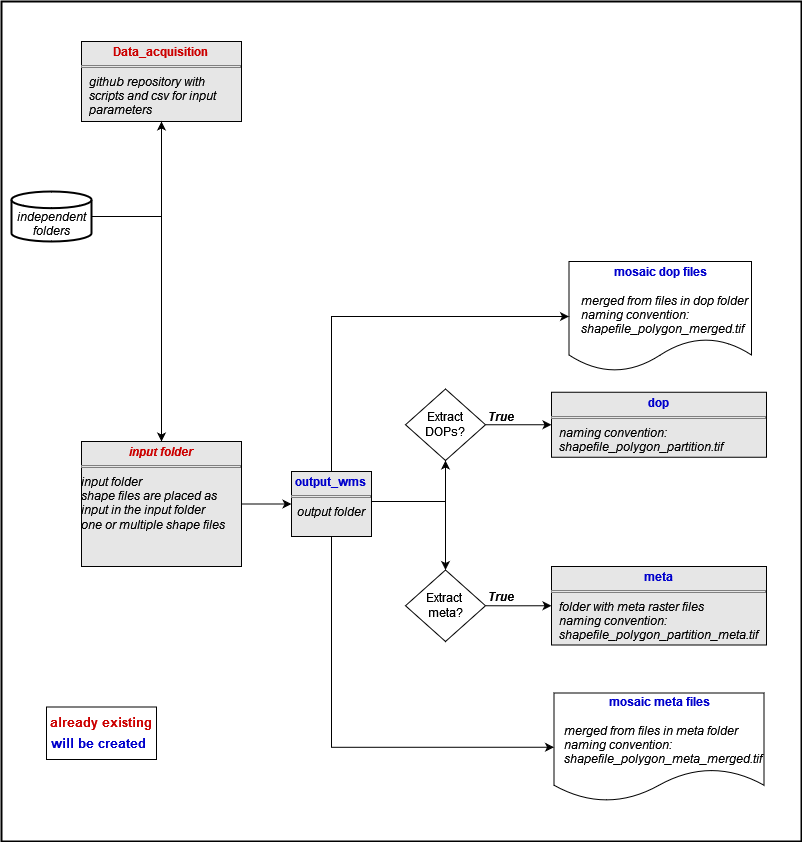
The draw.io diagram folder_structure_diagram.png in LUP-LuftbildUmweltPlanung/Data_acquisition, before a commit. Source tidied: cells renumbered, new cells last; positions are measured from the earlier drawing's top-left corner, leaving out a move shared by most shapes.
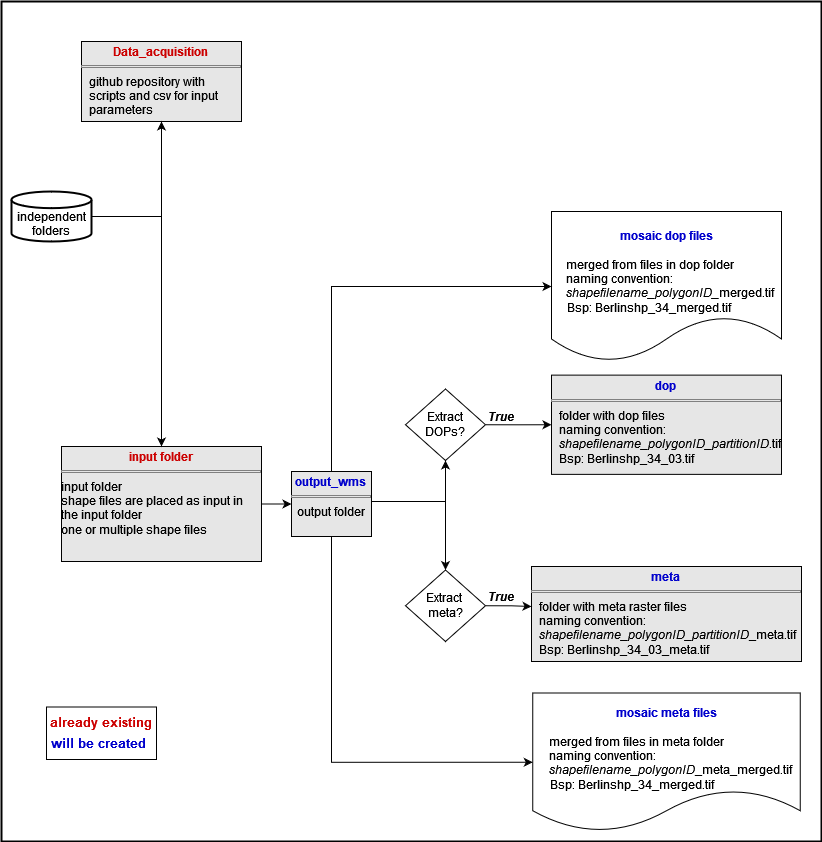
After the commit.

What changed in the source:
```diff
@@ -3,7 +3,7 @@
     <mxCell id="0" />
     <mxCell id="1" parent="0" />
     <mxCell id="2" style="rounded=0;whiteSpace=wrap;html=1;fillColor=default;strokeWidth=2;" parent="1" vertex="1">
-      <mxGeometry width="800" height="840" as="geometry" />
+      <mxGeometry width="820" height="840" as="geometry" />
     </mxCell>
     <mxCell id="3" style="edgeStyle=orthogonalEdgeStyle;rounded=0;jettySize=auto;html=1;entryX=0;entryY=0.5;entryDx=0;entryDy=0;exitX=1;exitY=0.5;exitDx=0;exitDy=0;" parent="1" edge="1" source="15" target="5">
       <mxGeometry relative="1" as="geometry" />
@@ -13,25 +13,18 @@
         <mxPoint x="254" y="282.5" as="targetPoint" />
       </mxGeometry>
     </mxCell>
-    <mxCell id="5" value="&lt;p style=&quot;margin: 4px 0px 0px; text-align: center;&quot;&gt;&lt;font color=&quot;#0000cc&quot;&gt;&lt;b&gt;dop&lt;/b&gt;&lt;/font&gt;&lt;br&gt;&lt;/p&gt;&lt;hr size=&quot;1&quot; style=&quot;border-style:solid;&quot;&gt;&lt;p style=&quot;margin:0px;margin-left:8px;&quot;&gt;&lt;i&gt;naming convention:&lt;/i&gt;&lt;/p&gt;&lt;p style=&quot;margin:0px;margin-left:8px;&quot;&gt;&lt;i&gt;shapefile_polygon_partition.tif&lt;br&gt;&lt;/i&gt;&lt;/p&gt;" style="verticalAlign=top;align=left;overflow=fill;html=1;whiteSpace=wrap;fillColor=#E6E6E6;" parent="1" vertex="1">
-      <mxGeometry x="550" y="390.8" width="215" height="65" as="geometry" />
+    <mxCell id="5" value="&lt;p style=&quot;margin: 4px 0px 0px; text-align: center;&quot;&gt;&lt;font color=&quot;#0000cc&quot;&gt;&lt;b&gt;dop&lt;/b&gt;&lt;/font&gt;&lt;br&gt;&lt;/p&gt;&lt;hr size=&quot;1&quot; style=&quot;border-style:solid;&quot;&gt;&lt;p style=&quot;margin:0px;margin-left:8px;&quot;&gt;folder with dop files&lt;br&gt;&lt;/p&gt;&lt;p style=&quot;margin:0px;margin-left:8px;&quot;&gt;naming convention:&lt;/p&gt;&lt;p style=&quot;margin:0px;margin-left:8px;&quot;&gt;&lt;i&gt;shapefilename_polygonID_partitionID&lt;/i&gt;.tif&lt;/p&gt;&lt;p style=&quot;margin:0px;margin-left:8px;&quot;&gt;Bsp: Berlinshp_34_03.tif&lt;i&gt;&lt;br&gt;&lt;/i&gt;&lt;/p&gt;" style="verticalAlign=top;align=left;overflow=fill;html=1;whiteSpace=wrap;fillColor=#E6E6E6;" parent="1" vertex="1">
+      <mxGeometry x="550" y="373.6" width="230" height="99.2" as="geometry" />
     </mxCell>
-    <mxCell id="6" value="&lt;p style=&quot;margin: 4px 0px 0px; text-align: center;&quot;&gt;&lt;b style=&quot;&quot;&gt;&lt;font color=&quot;#cc0000&quot;&gt;Data_acquisition&lt;br&gt;&lt;/font&gt;&lt;/b&gt;&lt;/p&gt;&lt;hr size=&quot;1&quot; style=&quot;border-style:solid;&quot;&gt;&lt;p style=&quot;margin:0px;margin-left:8px;&quot;&gt;&lt;i&gt;github repository with scripts and csv for input parameters&lt;br&gt;&lt;/i&gt;&lt;/p&gt;" style="verticalAlign=top;align=left;overflow=fill;html=1;whiteSpace=wrap;fillColor=#E6E6E6;" parent="1" vertex="1">
+    <mxCell id="6" value="&lt;p style=&quot;margin: 4px 0px 0px; text-align: center;&quot;&gt;&lt;b style=&quot;&quot;&gt;&lt;font color=&quot;#cc0000&quot;&gt;Data_acquisition&lt;br&gt;&lt;/font&gt;&lt;/b&gt;&lt;/p&gt;&lt;hr size=&quot;1&quot; style=&quot;border-style:solid;&quot;&gt;&lt;p style=&quot;margin:0px;margin-left:8px;&quot;&gt;github repository with scripts and csv for input parameters&lt;i&gt;&lt;br&gt;&lt;/i&gt;&lt;/p&gt;" style="verticalAlign=top;align=left;overflow=fill;html=1;whiteSpace=wrap;fillColor=#E6E6E6;" parent="1" vertex="1">
       <mxGeometry x="80" y="40" width="160" height="80" as="geometry" />
     </mxCell>
-    <mxCell id="7" value="&lt;div&gt;&lt;i&gt;&lt;br&gt;&lt;/i&gt;&lt;/div&gt;&lt;div&gt;&lt;i&gt;independent folders&lt;/i&gt;&lt;/div&gt;" style="strokeWidth=2;html=1;shape=mxgraph.flowchart.database;whiteSpace=wrap;" parent="1" vertex="1">
+    <mxCell id="7" value="&lt;div&gt;&lt;br&gt;&lt;/div&gt;&lt;div&gt;independent folders&lt;/div&gt;" style="strokeWidth=2;html=1;shape=mxgraph.flowchart.database;whiteSpace=wrap;" parent="1" vertex="1">
       <mxGeometry x="10" y="190" width="80" height="50" as="geometry" />
     </mxCell>
     <mxCell id="8" style="edgeStyle=orthogonalEdgeStyle;rounded=0;jettySize=auto;html=1;entryX=0.5;entryY=1;entryDx=0;entryDy=0;exitX=1;exitY=0.5;exitDx=0;exitDy=0;exitPerimeter=0;" parent="1" edge="1" source="7" target="6">
       <mxGeometry relative="1" as="geometry" />
     </mxCell>
-    <mxCell id="9" style="edgeStyle=orthogonalEdgeStyle;rounded=0;jettySize=auto;html=1;entryX=0.5;entryY=0;entryDx=0;entryDy=0;exitX=1;exitY=0.5;exitDx=0;exitDy=0;exitPerimeter=0;" parent="1" edge="1" source="7" target="21">
-      <mxGeometry relative="1" as="geometry">
-        <Array as="points">
-          <mxPoint x="160" y="215" />
-        </Array>
-      </mxGeometry>
-    </mxCell>
     <mxCell id="10" style="rounded=0;whiteSpace=wrap;html=1;" parent="1" vertex="1">
       <mxGeometry x="45" y="705.5" width="110" height="52.5" as="geometry" />
     </mxCell>
@@ -44,8 +37,8 @@
     <mxCell id="13" style="edgeStyle=orthogonalEdgeStyle;rounded=0;jettySize=auto;html=1;entryX=0;entryY=0.5;entryDx=0;entryDy=0;exitX=1;exitY=0.5;exitDx=0;exitDy=0;" parent="1" edge="1" source="21" target="22">
       <mxGeometry relative="1" as="geometry" />
     </mxCell>
-    <mxCell id="14" value="&lt;p style=&quot;margin: 4px 0px 0px; text-align: center;&quot;&gt;&lt;font color=&quot;#0000cc&quot;&gt;&lt;b&gt;meta&lt;/b&gt;&lt;/font&gt;&lt;br&gt;&lt;/p&gt;&lt;hr size=&quot;1&quot; style=&quot;border-style:solid;&quot;&gt;&lt;p style=&quot;margin:0px;margin-left:8px;&quot;&gt;&lt;i&gt;folder with meta raster files&lt;br&gt;&lt;/i&gt;&lt;/p&gt;&lt;p style=&quot;margin:0px;margin-left:8px;&quot;&gt;&lt;i&gt;naming convention:&lt;/i&gt;&lt;/p&gt;&lt;p style=&quot;margin:0px;margin-left:8px;&quot;&gt;&lt;i&gt;shapefile_polygon_partition_meta.tif&lt;/i&gt;&lt;/p&gt;" style="verticalAlign=top;align=left;overflow=fill;html=1;whiteSpace=wrap;fillColor=#E6E6E6;" parent="1" vertex="1">
-      <mxGeometry x="550" y="565" width="215" height="78.5" as="geometry" />
+    <mxCell id="14" value="&lt;p style=&quot;margin: 4px 0px 0px; text-align: center;&quot;&gt;&lt;font color=&quot;#0000cc&quot;&gt;&lt;b&gt;meta&lt;/b&gt;&lt;/font&gt;&lt;br&gt;&lt;/p&gt;&lt;hr size=&quot;1&quot; style=&quot;border-style:solid;&quot;&gt;&lt;p style=&quot;margin:0px;margin-left:8px;&quot;&gt;folder with meta raster files&lt;br&gt;&lt;/p&gt;&lt;p style=&quot;margin:0px;margin-left:8px;&quot;&gt;naming convention:&lt;/p&gt;&lt;p style=&quot;margin:0px;margin-left:8px;&quot;&gt;&lt;i&gt;shapefilename_polygonID_partitionID&lt;/i&gt;_meta.tif&lt;/p&gt;&lt;p style=&quot;margin:0px;margin-left:8px;&quot;&gt;Bsp: Berlinshp_34_03_meta.tif&lt;i&gt;&lt;br&gt;&lt;/i&gt;&lt;/p&gt;" style="verticalAlign=top;align=left;overflow=fill;html=1;whiteSpace=wrap;fillColor=#E6E6E6;" parent="1" vertex="1">
+      <mxGeometry x="530" y="565" width="270" height="95" as="geometry" />
     </mxCell>
     <mxCell id="15" value="Extract DOPs?" style="rhombus;whiteSpace=wrap;html=1;" parent="1" vertex="1">
       <mxGeometry x="404" y="387.5" width="80" height="71.5" as="geometry" />
@@ -59,20 +52,21 @@
     <mxCell id="18" value="&lt;div&gt;Extract&amp;nbsp;&lt;/div&gt;&lt;div&gt;meta?&lt;/div&gt;" style="rhombus;whiteSpace=wrap;html=1;" parent="1" vertex="1">
       <mxGeometry x="404" y="568.5" width="80" height="71.5" as="geometry" />
     </mxCell>
-    <mxCell id="19" value="&lt;div&gt;&lt;font color=&quot;#0000cc&quot;&gt;&lt;b&gt;&lt;br&gt;&lt;/b&gt;&lt;/font&gt;&lt;/div&gt;&lt;div&gt;&lt;font color=&quot;#0000cc&quot;&gt;&lt;b&gt;mosaic dop files&lt;/b&gt;&lt;/font&gt;&lt;/div&gt;&lt;p style=&quot;margin:0px;margin-left:8px;&quot;&gt;&lt;i&gt;&lt;br&gt;&lt;/i&gt;&lt;/p&gt;&lt;p align=&quot;left&quot; style=&quot;margin:0px;margin-left:8px;&quot;&gt;&lt;i&gt;merged from files in dop folder&lt;br&gt;&lt;/i&gt;&lt;/p&gt;&lt;p align=&quot;left&quot; style=&quot;margin:0px;margin-left:8px;&quot;&gt;&lt;i&gt;naming convention:&lt;/i&gt;&lt;/p&gt;&lt;p align=&quot;left&quot; style=&quot;margin:0px;margin-left:8px;&quot;&gt;&lt;i&gt;shapefile_polygon_merged.tif&lt;/i&gt;&lt;/p&gt;&lt;div&gt;&lt;br&gt;&lt;/div&gt;" style="shape=document;whiteSpace=wrap;html=1;boundedLbl=1;" parent="1" vertex="1">
-      <mxGeometry x="567.5" y="260" width="182.5" height="110" as="geometry" />
+    <mxCell id="19" value="&lt;div&gt;&lt;font color=&quot;#0000cc&quot;&gt;&lt;b&gt;&lt;br&gt;&lt;/b&gt;&lt;/font&gt;&lt;/div&gt;&lt;div&gt;&lt;font color=&quot;#0000cc&quot;&gt;&lt;b&gt;mosaic dop files&lt;/b&gt;&lt;/font&gt;&lt;/div&gt;&lt;p style=&quot;margin:0px;margin-left:8px;&quot;&gt;&lt;i&gt;&lt;br&gt;&lt;/i&gt;&lt;/p&gt;&lt;p align=&quot;left&quot; style=&quot;margin:0px;margin-left:8px;&quot;&gt;merged from files in dop folder&lt;br&gt;&lt;/p&gt;&lt;p align=&quot;left&quot; style=&quot;margin:0px;margin-left:8px;&quot;&gt;naming convention:&lt;/p&gt;&lt;p align=&quot;left&quot; style=&quot;margin:0px;margin-left:8px;&quot;&gt;&lt;i&gt;shapefilename_polygonID_&lt;/i&gt;merged.tif&lt;/p&gt;&lt;div align=&quot;left&quot;&gt;&amp;nbsp;&amp;nbsp; Bsp: Berlinshp_34_merged.tif&lt;br&gt;&lt;/div&gt;" style="shape=document;whiteSpace=wrap;html=1;boundedLbl=1;" parent="1" vertex="1">
+      <mxGeometry x="550" y="210" width="230" height="150" as="geometry" />
     </mxCell>
-    <mxCell id="20" value="&lt;div&gt;&lt;font color=&quot;#0000cc&quot;&gt;&lt;b&gt;&lt;br&gt;&lt;/b&gt;&lt;/font&gt;&lt;/div&gt;&lt;div&gt;&lt;font color=&quot;#0000cc&quot;&gt;&lt;b&gt;mosaic meta files&lt;/b&gt;&lt;/font&gt;&lt;/div&gt;&lt;p style=&quot;margin:0px;margin-left:8px;&quot;&gt;&lt;i&gt;&lt;br&gt;&lt;/i&gt;&lt;/p&gt;&lt;p align=&quot;left&quot; style=&quot;margin:0px;margin-left:8px;&quot;&gt;&lt;i&gt;merged from files in meta folder&lt;/i&gt;&lt;/p&gt;&lt;p align=&quot;left&quot; style=&quot;margin:0px;margin-left:8px;&quot;&gt;&lt;i&gt;naming convention:&lt;/i&gt;&lt;/p&gt;&lt;p style=&quot;margin:0px;margin-left:8px;&quot;&gt;&lt;i&gt;shapefile_polygon_meta_merged.tif&lt;/i&gt;&lt;/p&gt;&lt;div&gt;&lt;br&gt;&lt;/div&gt;" style="shape=document;whiteSpace=wrap;html=1;boundedLbl=1;" parent="1" vertex="1">
-      <mxGeometry x="552.5" y="691.5" width="210" height="108.5" as="geometry" />
+    <mxCell id="20" value="&lt;div&gt;&lt;font color=&quot;#0000cc&quot;&gt;&lt;b&gt;&lt;br&gt;&lt;/b&gt;&lt;/font&gt;&lt;/div&gt;&lt;div&gt;&lt;font color=&quot;#0000cc&quot;&gt;&lt;b&gt;mosaic meta files&lt;/b&gt;&lt;/font&gt;&lt;/div&gt;&lt;p style=&quot;margin:0px;margin-left:8px;&quot;&gt;&lt;i&gt;&lt;br&gt;&lt;/i&gt;&lt;/p&gt;&lt;p align=&quot;left&quot; style=&quot;margin:0px;margin-left:8px;&quot;&gt;merged from files in meta folder&lt;/p&gt;&lt;p align=&quot;left&quot; style=&quot;margin:0px;margin-left:8px;&quot;&gt;naming convention:&lt;/p&gt;&lt;p style=&quot;margin:0px;margin-left:8px;&quot;&gt;&lt;i&gt;shapefilename_polygonID&lt;/i&gt;_meta_merged.tif&lt;/p&gt;&lt;div align=&quot;left&quot;&gt;&amp;nbsp;&amp;nbsp; Bsp: Berlinshp_34_merged.tif&lt;/div&gt;" style="shape=document;whiteSpace=wrap;html=1;boundedLbl=1;" parent="1" vertex="1">
+      <mxGeometry x="531.2" y="691.5" width="267.5" height="138.5" as="geometry" />
     </mxCell>
-    <mxCell id="21" value="&lt;p style=&quot;margin: 4px 0px 0px; text-align: center;&quot;&gt;&lt;font color=&quot;#cc0000&quot;&gt;&lt;i&gt;&lt;b&gt;input folder&lt;/b&gt;&lt;/i&gt;&lt;/font&gt;&lt;br&gt;&lt;/p&gt;&lt;hr size=&quot;1&quot; style=&quot;border-style:solid;&quot;&gt;&lt;div align=&quot;left&quot;&gt;&lt;i&gt;input folder&lt;/i&gt;&lt;/div&gt;&lt;div align=&quot;left&quot;&gt;&lt;i&gt;shape files are placed as input in the input folder&lt;/i&gt;&lt;/div&gt;&lt;div align=&quot;left&quot;&gt;&lt;i&gt;one or multiple shape files&lt;/i&gt;&lt;/div&gt;&lt;div align=&quot;center&quot;&gt;&lt;i&gt;&lt;br&gt;&lt;/i&gt;&lt;/div&gt;" style="verticalAlign=top;align=left;overflow=fill;html=1;whiteSpace=wrap;fillColor=#E6E6E6;" parent="1" vertex="1">
-      <mxGeometry x="80" y="440" width="160" height="125" as="geometry" />
+    <mxCell id="21" value="&lt;p style=&quot;margin: 4px 0px 0px; text-align: center;&quot;&gt;&lt;font color=&quot;#cc0000&quot;&gt;&lt;b&gt;input folder&lt;/b&gt;&lt;/font&gt;&lt;br&gt;&lt;/p&gt;&lt;hr size=&quot;1&quot; style=&quot;border-style:solid;&quot;&gt;&lt;div align=&quot;left&quot;&gt;input folder&lt;br&gt;shape files are placed as input in the input folder&lt;br&gt;one or multiple shape files&lt;/div&gt;&lt;div&gt;&lt;i&gt;&lt;br&gt;&lt;/i&gt;&lt;/div&gt;" style="verticalAlign=top;align=left;overflow=fill;html=1;whiteSpace=wrap;fillColor=#E6E6E6;" parent="1" vertex="1">
+      <mxGeometry x="60" y="445" width="200" height="115" as="geometry" />
     </mxCell>
-    <mxCell id="22" value="&lt;p style=&quot;margin: 4px 0px 0px; text-align: center;&quot;&gt;&lt;font color=&quot;#0000cc&quot;&gt;&lt;b&gt;output_wms&lt;/b&gt;&lt;/font&gt;&lt;br&gt;&lt;/p&gt;&lt;hr size=&quot;1&quot; style=&quot;border-style:solid;&quot;&gt;&lt;div align=&quot;center&quot;&gt;&lt;i&gt;output folder&lt;/i&gt;&lt;/div&gt;" style="verticalAlign=top;align=left;overflow=fill;html=1;whiteSpace=wrap;fillColor=#E6E6E6;" parent="1" vertex="1">
+    <mxCell id="22" value="&lt;p style=&quot;margin: 4px 0px 0px; text-align: center;&quot;&gt;&lt;font color=&quot;#0000cc&quot;&gt;&lt;b&gt;output_wms&lt;/b&gt;&lt;/font&gt;&lt;br&gt;&lt;/p&gt;&lt;hr size=&quot;1&quot; style=&quot;border-style:solid;&quot;&gt;&lt;div align=&quot;center&quot;&gt;output folder&lt;/div&gt;" style="verticalAlign=top;align=left;overflow=fill;html=1;whiteSpace=wrap;fillColor=#E6E6E6;" parent="1" vertex="1">
       <mxGeometry x="290" y="470" width="80" height="65" as="geometry" />
     </mxCell>
-    <mxCell id="23" style="edgeStyle=orthogonalEdgeStyle;rounded=0;jettySize=auto;html=1;entryX=0;entryY=0.5;entryDx=0;entryDy=0;exitX=1;exitY=0.5;exitDx=0;exitDy=0;" parent="1" edge="1" source="18" target="14">
+    <mxCell id="23" style="edgeStyle=orthogonalEdgeStyle;rounded=0;jettySize=auto;html=1;exitX=1;exitY=0.5;exitDx=0;exitDy=0;" parent="1" edge="1" source="18">
       <mxGeometry relative="1" as="geometry">
+        <mxPoint x="530" y="605" as="targetPoint" />
         <Array as="points">
           <mxPoint x="510" y="604" />
           <mxPoint x="490" y="605" />
@@ -101,5 +95,8 @@
     <mxCell id="27" style="edgeStyle=orthogonalEdgeStyle;rounded=0;jettySize=auto;html=1;exitX=0.5;exitY=0;exitDx=0;exitDy=0;entryX=0;entryY=0.5;entryDx=0;entryDy=0;" parent="1" edge="1" source="22" target="19">
       <mxGeometry relative="1" as="geometry" />
     </mxCell>
+    <mxCell id="9" style="edgeStyle=orthogonalEdgeStyle;rounded=0;jettySize=auto;html=1;entryX=0.5;entryY=0;entryDx=0;entryDy=0;exitX=1;exitY=0.5;exitDx=0;exitDy=0;exitPerimeter=0;" parent="1" edge="1" source="7" target="21">
+      <mxGeometry relative="1" as="geometry" />
+    </mxCell>
   </root>
 </mxGraphModel>
```
